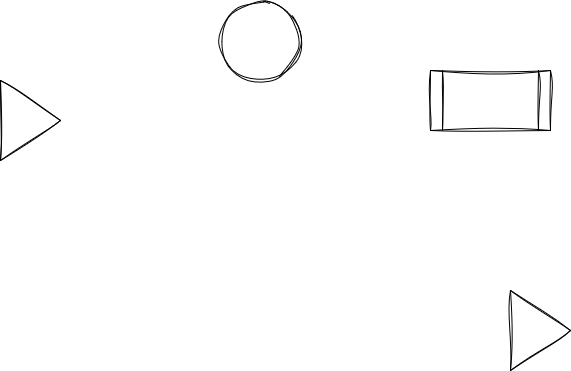
The draw.io diagram Untitled Diagram.drawio.png in Pinnacle-Sahin/Pinnacle-Sahin, before a commit. Source tidied: cells renumbered, new cells last; positions are measured from the earlier drawing's top-left corner, leaving out a move shared by most shapes.
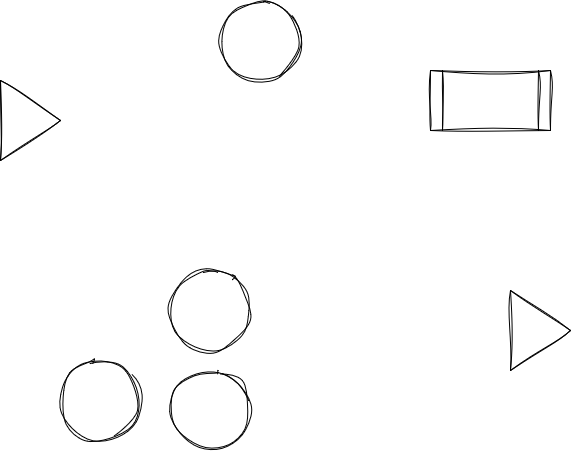
The same diagram one commit later.

What changed in the source:
```diff
@@ -14,5 +14,14 @@
     <mxCell id="5" style="triangle;whiteSpace=wrap;html=1;sketch=1;hachureGap=4;jiggle=2;curveFitting=1;fontFamily=Architects Daughter;fontSource=https%3A%2F%2Ffonts.googleapis.com%2Fcss%3Ffamily%3DArchitects%2BDaughter;fontSize=20;" parent="1" vertex="1">
       <mxGeometry x="510" y="290" width="60" height="80" as="geometry" />
     </mxCell>
+    <mxCell id="6" style="ellipse;whiteSpace=wrap;html=1;sketch=1;hachureGap=4;jiggle=2;curveFitting=1;fontFamily=Architects Daughter;fontSource=https%3A%2F%2Ffonts.googleapis.com%2Fcss%3Ffamily%3DArchitects%2BDaughter;fontSize=20;" parent="1" vertex="1">
+      <mxGeometry x="60" y="360" width="80" height="80" as="geometry" />
+    </mxCell>
+    <mxCell id="7" style="ellipse;whiteSpace=wrap;html=1;sketch=1;hachureGap=4;jiggle=2;curveFitting=1;fontFamily=Architects Daughter;fontSource=https%3A%2F%2Ffonts.googleapis.com%2Fcss%3Ffamily%3DArchitects%2BDaughter;fontSize=20;" parent="1" vertex="1">
+      <mxGeometry x="170" y="370" width="80" height="80" as="geometry" />
+    </mxCell>
+    <mxCell id="8" style="ellipse;whiteSpace=wrap;html=1;sketch=1;hachureGap=4;jiggle=2;curveFitting=1;fontFamily=Architects Daughter;fontSource=https%3A%2F%2Ffonts.googleapis.com%2Fcss%3Ffamily%3DArchitects%2BDaughter;fontSize=20;" parent="1" vertex="1">
+      <mxGeometry x="170" y="270" width="80" height="80" as="geometry" />
+    </mxCell>
   </root>
 </mxGraphModel>
```
